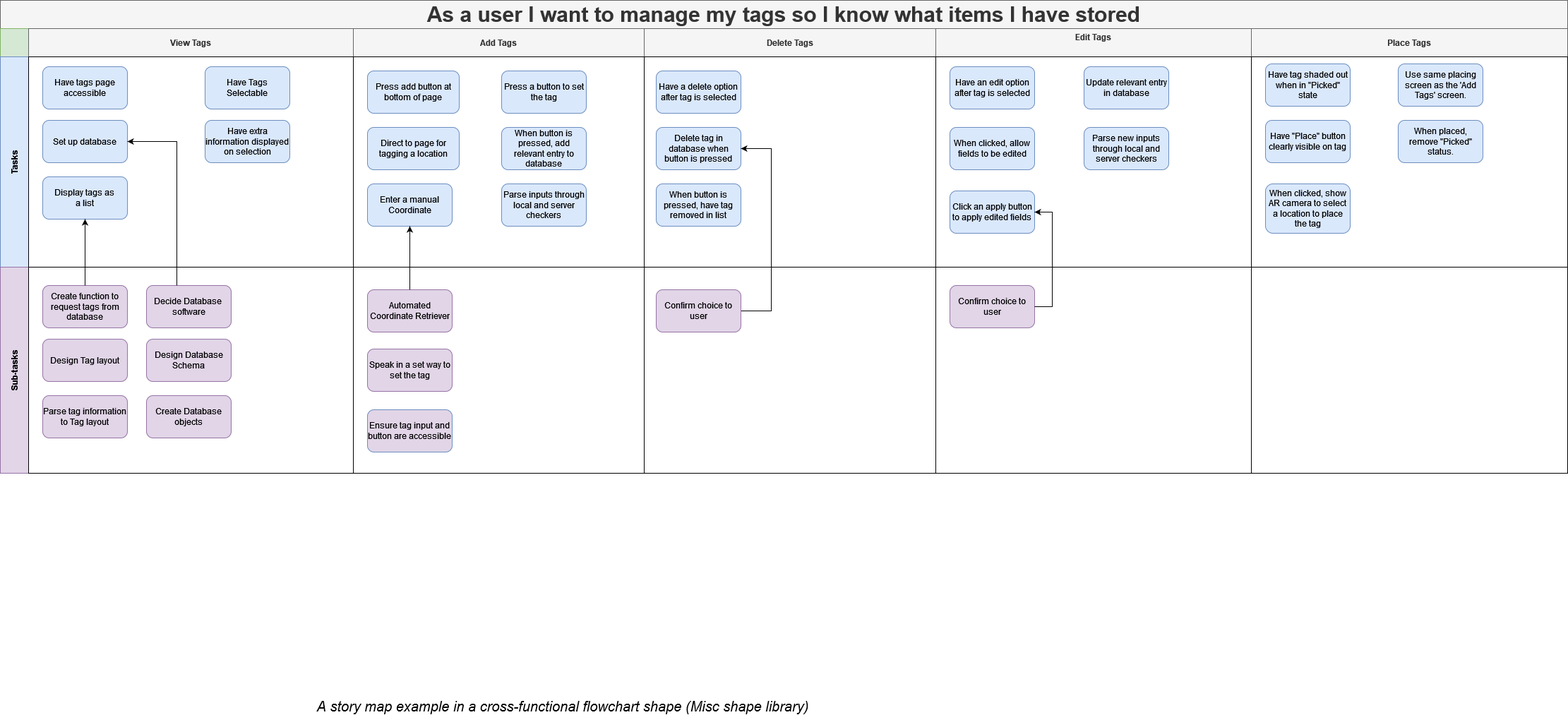
Above: Documentation/Project Diagrams/Story Maps/Manage Tag Theme.png in ickeyben123/AR (draw.io), before the change. Source tidied: cells renumbered, new cells last; positions are measured from the earlier drawing's top-left corner, leaving out a move shared by most shapes. Its diagram source:
```xml
<mxGraphModel>
  <root>
    <mxCell id="0" />
    <mxCell id="1" parent="0" />
    <mxCell id="2" value="As a user I want to manage my tags so I know what items I have stored" style="shape=table;rowLines=0;columnLines=0;startSize=40;html=1;whiteSpace=wrap;fontStyle=1;align=center;labelBackgroundColor=none;strokeWidth=1;fontSize=30;fillColor=#f5f5f5;strokeColor=#666666;fontColor=#333333;" parent="1" vertex="1">
      <mxGeometry width="2220" height="670" as="geometry" />
    </mxCell>
    <mxCell id="3" style="swimlane;horizontal=0;startSize=40;html=1;whiteSpace=wrap;fontStyle=1;fillColor=#d5e8d4;strokeColor=#82b366;" parent="2" vertex="1">
      <mxGeometry y="40" width="2220" height="40" as="geometry" />
    </mxCell>
    <mxCell id="4" value="&lt;div&gt;View Tags&lt;/div&gt;" style="swimlane;startSize=40;html=1;whiteSpace=wrap;fillColor=#f5f5f5;strokeColor=#666666;fontColor=#333333;" parent="3" vertex="1">
      <mxGeometry x="40" width="460" height="40" as="geometry" />
    </mxCell>
    <mxCell id="5" value="Add Tags" style="swimlane;startSize=40;html=1;whiteSpace=wrap;fillColor=#f5f5f5;strokeColor=#666666;fontColor=#333333;" parent="3" vertex="1">
      <mxGeometry x="500" width="412" height="40" as="geometry" />
    </mxCell>
    <mxCell id="6" value="Delete Tags" style="swimlane;startSize=40;html=1;whiteSpace=wrap;fillColor=#f5f5f5;strokeColor=#666666;fontColor=#333333;" parent="3" vertex="1">
      <mxGeometry x="912" width="413" height="40" as="geometry" />
    </mxCell>
    <mxCell id="7" value="&lt;div&gt;Edit Tags&lt;/div&gt;&lt;div&gt;&lt;br&gt;&lt;/div&gt;" style="swimlane;startSize=40;html=1;whiteSpace=wrap;fillColor=#f5f5f5;strokeColor=#666666;fontColor=#333333;" parent="3" vertex="1">
      <mxGeometry x="1325" width="447" height="40" as="geometry" />
    </mxCell>
    <mxCell id="8" value="Place Tags" style="swimlane;startSize=40;html=1;whiteSpace=wrap;fillColor=#f5f5f5;strokeColor=#666666;fontColor=#333333;" parent="3" vertex="1">
      <mxGeometry x="1772" width="448" height="40" as="geometry" />
    </mxCell>
    <mxCell id="9" value="Tasks" style="swimlane;horizontal=0;startSize=40;html=1;whiteSpace=wrap;fillColor=#dae8fc;strokeColor=#6c8ebf;" parent="2" vertex="1">
      <mxGeometry y="80" width="2220" height="298" as="geometry" />
    </mxCell>
    <mxCell id="10" style="swimlane;startSize=0;html=1;whiteSpace=wrap;" parent="9" vertex="1">
      <mxGeometry x="40" width="460" height="298" as="geometry" />
    </mxCell>
    <mxCell id="11" value="Have tags page accessible" style="rounded=1;whiteSpace=wrap;html=1;strokeWidth=1;fillColor=#dae8fc;strokeColor=#6c8ebf;" parent="10" vertex="1">
      <mxGeometry x="20" y="14" width="120" height="60" as="geometry" />
    </mxCell>
    <mxCell id="12" value="&lt;div&gt;Display tags as &lt;br&gt;&lt;/div&gt;&lt;div&gt;a list&lt;/div&gt;" style="rounded=1;whiteSpace=wrap;html=1;strokeWidth=1;fillColor=#dae8fc;strokeColor=#6c8ebf;" parent="10" vertex="1">
      <mxGeometry x="20" y="170" width="120" height="60" as="geometry" />
    </mxCell>
    <mxCell id="13" value="Set up database" style="rounded=1;whiteSpace=wrap;html=1;strokeWidth=1;fillColor=#dae8fc;strokeColor=#6c8ebf;" parent="10" vertex="1">
      <mxGeometry x="20" y="90" width="120" height="60" as="geometry" />
    </mxCell>
    <mxCell id="14" value="Have Tags Selectable" style="rounded=1;whiteSpace=wrap;html=1;strokeWidth=1;fillColor=#dae8fc;strokeColor=#6c8ebf;" parent="10" vertex="1">
      <mxGeometry x="250" y="14" width="120" height="60" as="geometry" />
    </mxCell>
    <mxCell id="15" value="Have extra information displayed on selection" style="rounded=1;whiteSpace=wrap;html=1;strokeWidth=1;fillColor=#dae8fc;strokeColor=#6c8ebf;" parent="10" vertex="1">
      <mxGeometry x="250" y="90" width="120" height="60" as="geometry" />
    </mxCell>
    <mxCell id="16" style="swimlane;startSize=0;html=1;whiteSpace=wrap;" parent="9" vertex="1">
      <mxGeometry x="500" width="412" height="298" as="geometry" />
    </mxCell>
    <mxCell id="17" value="Direct to page for tagging a location" style="rounded=1;whiteSpace=wrap;html=1;strokeWidth=1;fillColor=#dae8fc;strokeColor=#6c8ebf;" parent="16" vertex="1">
      <mxGeometry x="20" y="100" width="130" height="60" as="geometry" />
    </mxCell>
    <mxCell id="18" value="Parse inputs through local and server checkers" style="rounded=1;whiteSpace=wrap;html=1;strokeWidth=1;fillColor=#dae8fc;strokeColor=#6c8ebf;" parent="16" vertex="1">
      <mxGeometry x="210" y="180" width="120" height="60" as="geometry" />
    </mxCell>
    <mxCell id="19" value="When button is pressed, add relevant entry to database" style="rounded=1;whiteSpace=wrap;html=1;strokeWidth=1;fillColor=#dae8fc;strokeColor=#6c8ebf;" parent="16" vertex="1">
      <mxGeometry x="210" y="100" width="120" height="60" as="geometry" />
    </mxCell>
    <mxCell id="20" value="Press add button at bottom of page" style="rounded=1;whiteSpace=wrap;html=1;strokeWidth=1;fillColor=#dae8fc;strokeColor=#6c8ebf;" parent="16" vertex="1">
      <mxGeometry x="20" y="20" width="130" height="60" as="geometry" />
    </mxCell>
    <mxCell id="21" value="Enter a manual Coordinate" style="rounded=1;whiteSpace=wrap;html=1;strokeWidth=1;fillColor=#dae8fc;strokeColor=#6c8ebf;" parent="16" vertex="1">
      <mxGeometry x="20" y="180" width="120" height="60" as="geometry" />
    </mxCell>
    <mxCell id="22" value="Press a button to set the tag" style="rounded=1;whiteSpace=wrap;html=1;strokeWidth=1;fillColor=#dae8fc;strokeColor=#6c8ebf;" parent="16" vertex="1">
      <mxGeometry x="210" y="20" width="120" height="60" as="geometry" />
    </mxCell>
    <mxCell id="23" style="swimlane;startSize=0;html=1;whiteSpace=wrap;" parent="9" vertex="1">
      <mxGeometry x="912" width="413" height="298" as="geometry" />
    </mxCell>
    <mxCell id="24" value="Have a delete option after tag is selected" style="rounded=1;whiteSpace=wrap;html=1;strokeWidth=1;fillColor=#dae8fc;strokeColor=#6c8ebf;" parent="23" vertex="1">
      <mxGeometry x="17" y="20" width="120" height="60" as="geometry" />
    </mxCell>
    <mxCell id="25" value="Delete tag in database when button is pressed" style="rounded=1;whiteSpace=wrap;html=1;strokeWidth=1;fillColor=#dae8fc;strokeColor=#6c8ebf;" parent="23" vertex="1">
      <mxGeometry x="17" y="100" width="120" height="60" as="geometry" />
    </mxCell>
    <mxCell id="26" value="When button is pressed, have tag removed in list" style="rounded=1;whiteSpace=wrap;html=1;strokeWidth=1;fillColor=#dae8fc;strokeColor=#6c8ebf;" parent="23" vertex="1">
      <mxGeometry x="17" y="180" width="120" height="60" as="geometry" />
    </mxCell>
    <mxCell id="27" style="edgeStyle=orthogonalEdgeStyle;rounded=0;jettySize=auto;html=1;entryX=1;entryY=0.5;entryDx=0;entryDy=0;" parent="23" edge="1" source="28" target="25">
      <mxGeometry relative="1" as="geometry">
        <Array as="points">
          <mxPoint x="180" y="360" />
          <mxPoint x="180" y="130" />
        </Array>
      </mxGeometry>
    </mxCell>
    <mxCell id="28" value="Confirm choice to user" style="rounded=1;whiteSpace=wrap;html=1;strokeWidth=1;fillColor=#e1d5e7;strokeColor=#9673a6;" parent="23" vertex="1">
      <mxGeometry x="17" y="330" width="120" height="60" as="geometry" />
    </mxCell>
    <mxCell id="29" style="swimlane;startSize=0;html=1;whiteSpace=wrap;" parent="9" vertex="1">
      <mxGeometry x="1325" width="447" height="298" as="geometry" />
    </mxCell>
    <mxCell id="30" value="Have an edit option after tag is selected" style="rounded=1;whiteSpace=wrap;html=1;strokeWidth=1;fillColor=#dae8fc;strokeColor=#6c8ebf;" parent="29" vertex="1">
      <mxGeometry x="20" y="14" width="120" height="60" as="geometry" />
    </mxCell>
    <mxCell id="31" value="When clicked, allow fields to be edited" style="rounded=1;whiteSpace=wrap;html=1;strokeWidth=1;fillColor=#dae8fc;strokeColor=#6c8ebf;" parent="29" vertex="1">
      <mxGeometry x="20" y="100" width="120" height="60" as="geometry" />
    </mxCell>
    <mxCell id="32" value="Parse new inputs through local and server checkers" style="rounded=1;whiteSpace=wrap;html=1;strokeWidth=1;fillColor=#dae8fc;strokeColor=#6c8ebf;" parent="29" vertex="1">
      <mxGeometry x="210" y="100" width="120" height="60" as="geometry" />
    </mxCell>
    <mxCell id="33" value="Update relevant entry in database" style="rounded=1;whiteSpace=wrap;html=1;strokeWidth=1;fillColor=#dae8fc;strokeColor=#6c8ebf;" parent="29" vertex="1">
      <mxGeometry x="210" y="14" width="120" height="60" as="geometry" />
    </mxCell>
    <mxCell id="34" value="Click an apply button to apply edited fields" style="rounded=1;whiteSpace=wrap;html=1;strokeWidth=1;fillColor=#dae8fc;strokeColor=#6c8ebf;" parent="29" vertex="1">
      <mxGeometry x="20" y="190" width="120" height="60" as="geometry" />
    </mxCell>
    <mxCell id="35" style="swimlane;startSize=0;html=1;whiteSpace=wrap;" parent="9" vertex="1">
      <mxGeometry x="1772" width="448" height="298" as="geometry" />
    </mxCell>
    <mxCell id="36" value="Have tag shaded out when in &quot;Picked&quot; state" style="rounded=1;whiteSpace=wrap;html=1;strokeWidth=1;fillColor=#dae8fc;strokeColor=#6c8ebf;" parent="35" vertex="1">
      <mxGeometry x="20" y="10" width="120" height="60" as="geometry" />
    </mxCell>
    <mxCell id="37" value="Have &quot;Place&quot; button clearly visible on tag" style="rounded=1;whiteSpace=wrap;html=1;strokeWidth=1;fillColor=#dae8fc;strokeColor=#6c8ebf;" parent="35" vertex="1">
      <mxGeometry x="20" y="90" width="120" height="60" as="geometry" />
    </mxCell>
    <mxCell id="38" value="When clicked, show AR camera to select a location to place the tag" style="rounded=1;whiteSpace=wrap;html=1;strokeWidth=1;fillColor=#dae8fc;strokeColor=#6c8ebf;" parent="35" vertex="1">
      <mxGeometry x="20" y="180" width="120" height="70" as="geometry" />
    </mxCell>
    <mxCell id="39" value="Use same placing screen as the 'Add Tags' screen." style="rounded=1;whiteSpace=wrap;html=1;strokeWidth=1;fillColor=#dae8fc;strokeColor=#6c8ebf;" parent="35" vertex="1">
      <mxGeometry x="208" y="10" width="120" height="60" as="geometry" />
    </mxCell>
    <mxCell id="40" value="When placed, remove &quot;Picked&quot; status." style="rounded=1;whiteSpace=wrap;html=1;strokeWidth=1;fillColor=#dae8fc;strokeColor=#6c8ebf;" parent="35" vertex="1">
      <mxGeometry x="208" y="90" width="120" height="60" as="geometry" />
    </mxCell>
    <mxCell id="41" value="Sub-tasks" style="swimlane;horizontal=0;startSize=40;html=1;whiteSpace=wrap;fillColor=#e1d5e7;strokeColor=#9673a6;" parent="2" vertex="1">
      <mxGeometry y="378" width="2220" height="292" as="geometry" />
    </mxCell>
    <mxCell id="42" style="swimlane;startSize=0;html=1;whiteSpace=wrap;" parent="41" vertex="1">
      <mxGeometry x="40" width="460" height="292" as="geometry" />
    </mxCell>
    <mxCell id="43" value="Create function to request tags from database" style="rounded=1;whiteSpace=wrap;html=1;strokeWidth=1;fillColor=#e1d5e7;strokeColor=#9673a6;" parent="42" vertex="1">
      <mxGeometry x="20" y="26" width="120" height="60" as="geometry" />
    </mxCell>
    <mxCell id="44" value="Parse tag information to Tag layout" style="rounded=1;whiteSpace=wrap;html=1;strokeWidth=1;fillColor=#e1d5e7;strokeColor=#9673a6;" parent="42" vertex="1">
      <mxGeometry x="20" y="182" width="120" height="60" as="geometry" />
    </mxCell>
    <mxCell id="45" value="Design Tag layout" style="rounded=1;whiteSpace=wrap;html=1;strokeWidth=1;fillColor=#e1d5e7;strokeColor=#9673a6;" parent="42" vertex="1">
      <mxGeometry x="20" y="102" width="120" height="60" as="geometry" />
    </mxCell>
    <mxCell id="46" value="Design Database Schema" style="rounded=1;whiteSpace=wrap;html=1;strokeWidth=1;fillColor=#e1d5e7;strokeColor=#9673a6;" parent="42" vertex="1">
      <mxGeometry x="167" y="102" width="120" height="60" as="geometry" />
    </mxCell>
    <mxCell id="47" value="Decide Database&amp;nbsp; software" style="rounded=1;whiteSpace=wrap;html=1;strokeWidth=1;fillColor=#e1d5e7;strokeColor=#9673a6;" parent="42" vertex="1">
      <mxGeometry x="167" y="26" width="120" height="60" as="geometry" />
    </mxCell>
    <mxCell id="48" value="Create Database objects" style="rounded=1;whiteSpace=wrap;html=1;strokeWidth=1;fillColor=#e1d5e7;strokeColor=#9673a6;" parent="42" vertex="1">
      <mxGeometry x="167" y="182" width="120" height="60" as="geometry" />
    </mxCell>
    <mxCell id="49" style="swimlane;startSize=0;html=1;whiteSpace=wrap;" parent="41" vertex="1">
      <mxGeometry x="500" width="412" height="292" as="geometry" />
    </mxCell>
    <mxCell id="50" value="Automated Coordinate Retriever" style="rounded=1;whiteSpace=wrap;html=1;strokeWidth=1;fillColor=#e1d5e7;strokeColor=#9673a6;" parent="49" vertex="1">
      <mxGeometry x="20" y="32" width="120" height="60" as="geometry" />
    </mxCell>
    <mxCell id="51" value="Speak in a set way to set the tag" style="rounded=1;whiteSpace=wrap;html=1;strokeWidth=1;fillColor=#e1d5e7;strokeColor=#9673a6;" parent="49" vertex="1">
      <mxGeometry x="20" y="116" width="120" height="60" as="geometry" />
    </mxCell>
    <mxCell id="52" value="Ensure tag input and button are accessible" style="rounded=1;whiteSpace=wrap;html=1;strokeWidth=1;fillColor=#E1D5E7;strokeColor=#6c8ebf;" parent="49" vertex="1">
      <mxGeometry x="20" y="202" width="120" height="60" as="geometry" />
    </mxCell>
    <mxCell id="53" style="swimlane;startSize=0;html=1;whiteSpace=wrap;" parent="41" vertex="1">
      <mxGeometry x="912" width="413" height="292" as="geometry" />
    </mxCell>
    <mxCell id="54" style="swimlane;startSize=0;html=1;whiteSpace=wrap;" parent="41" vertex="1">
      <mxGeometry x="1325" width="447" height="292" as="geometry" />
    </mxCell>
    <mxCell id="55" value="Confirm choice to user" style="rounded=1;whiteSpace=wrap;html=1;strokeWidth=1;fillColor=#e1d5e7;strokeColor=#9673a6;" parent="54" vertex="1">
      <mxGeometry x="20" y="26" width="120" height="60" as="geometry" />
    </mxCell>
    <mxCell id="56" style="swimlane;startSize=0;html=1;whiteSpace=wrap;" parent="41" vertex="1">
      <mxGeometry x="1772" width="448" height="292" as="geometry" />
    </mxCell>
    <mxCell id="57" style="edgeStyle=orthogonalEdgeStyle;rounded=0;jettySize=auto;html=1;exitX=0.5;exitY=0;exitDx=0;exitDy=0;entryX=0.5;entryY=1;entryDx=0;entryDy=0;" parent="2" edge="1" source="43" target="12">
      <mxGeometry relative="1" as="geometry" />
    </mxCell>
    <mxCell id="58" style="edgeStyle=orthogonalEdgeStyle;rounded=0;jettySize=auto;html=1;entryX=1;entryY=0.5;entryDx=0;entryDy=0;" parent="2" edge="1" source="47" target="13">
      <mxGeometry relative="1" as="geometry">
        <Array as="points">
          <mxPoint x="250" y="200" />
        </Array>
      </mxGeometry>
    </mxCell>
    <mxCell id="59" style="edgeStyle=orthogonalEdgeStyle;rounded=0;jettySize=auto;html=1;entryX=1;entryY=0.5;entryDx=0;entryDy=0;" parent="2" edge="1" source="55" target="34">
      <mxGeometry relative="1" as="geometry">
        <Array as="points">
          <mxPoint x="1490" y="434" />
          <mxPoint x="1490" y="300" />
        </Array>
      </mxGeometry>
    </mxCell>
    <mxCell id="60" style="edgeStyle=orthogonalEdgeStyle;rounded=0;jettySize=auto;html=1;entryX=0.5;entryY=1;entryDx=0;entryDy=0;" parent="2" edge="1" source="50" target="21">
      <mxGeometry relative="1" as="geometry" />
    </mxCell>
    <mxCell id="61" value="A story map example in a cross-functional flowchart shape (Misc shape library)" style="text;html=1;strokeColor=none;fillColor=none;align=center;verticalAlign=middle;whiteSpace=wrap;rounded=0;fontSize=20;fontStyle=2;" parent="1" vertex="1">
      <mxGeometry x="282" y="990" width="1030" height="20" as="geometry" />
    </mxCell>
  </root>
</mxGraphModel>
```
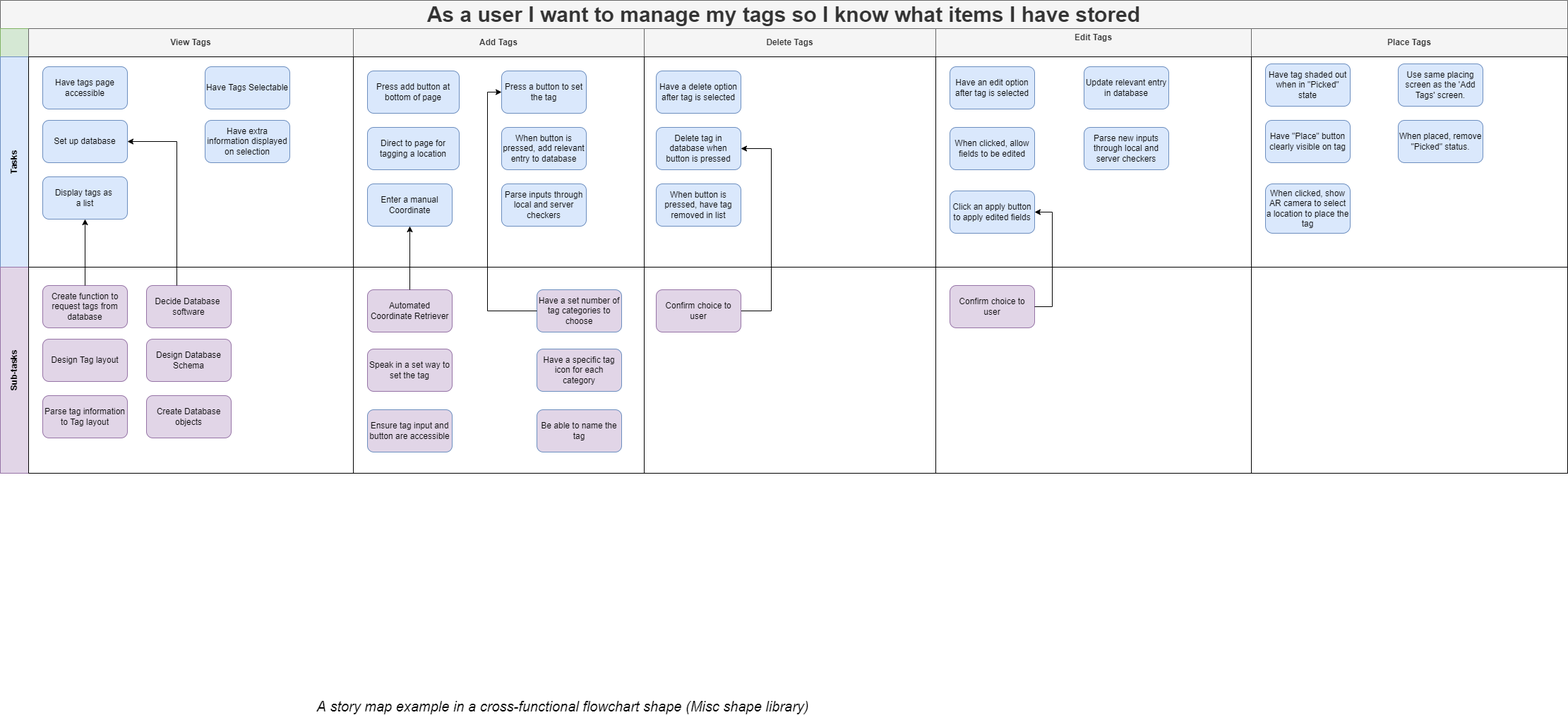
Above is the later version.

Commit message:
Update Story maps for AR Theme.

The edit, as a diff of the source:
```diff
@@ -160,6 +160,15 @@
     <mxCell id="52" value="Ensure tag input and button are accessible" style="rounded=1;whiteSpace=wrap;html=1;strokeWidth=1;fillColor=#E1D5E7;strokeColor=#6c8ebf;" parent="49" vertex="1">
       <mxGeometry x="20" y="202" width="120" height="60" as="geometry" />
     </mxCell>
+    <mxCell id="62" value="Have a set number of tag categories to choose" style="rounded=1;whiteSpace=wrap;html=1;strokeWidth=1;fillColor=#E1D5E7;strokeColor=#6c8ebf;" parent="49" vertex="1">
+      <mxGeometry x="260" y="32" width="120" height="60" as="geometry" />
+    </mxCell>
+    <mxCell id="63" value="Have a specific tag icon for each category" style="rounded=1;whiteSpace=wrap;html=1;strokeWidth=1;fillColor=#E1D5E7;strokeColor=#6c8ebf;" parent="49" vertex="1">
+      <mxGeometry x="260" y="116" width="120" height="60" as="geometry" />
+    </mxCell>
+    <mxCell id="64" value="Be able to name the tag" style="rounded=1;whiteSpace=wrap;html=1;strokeWidth=1;fillColor=#E1D5E7;strokeColor=#6c8ebf;" parent="49" vertex="1">
+      <mxGeometry x="260" y="202" width="120" height="60" as="geometry" />
+    </mxCell>
     <mxCell id="53" style="swimlane;startSize=0;html=1;whiteSpace=wrap;" parent="41" vertex="1">
       <mxGeometry x="912" width="413" height="292" as="geometry" />
     </mxCell>
@@ -193,6 +202,14 @@
     <mxCell id="60" style="edgeStyle=orthogonalEdgeStyle;rounded=0;jettySize=auto;html=1;entryX=0.5;entryY=1;entryDx=0;entryDy=0;" parent="2" edge="1" source="50" target="21">
       <mxGeometry relative="1" as="geometry" />
     </mxCell>
+    <mxCell id="65" style="edgeStyle=orthogonalEdgeStyle;rounded=0;jettySize=auto;html=1;entryX=0;entryY=0.5;entryDx=0;entryDy=0;" parent="2" edge="1" source="62" target="22">
+      <mxGeometry relative="1" as="geometry">
+        <Array as="points">
+          <mxPoint x="690" y="440" />
+          <mxPoint x="690" y="130" />
+        </Array>
+      </mxGeometry>
+    </mxCell>
     <mxCell id="61" value="A story map example in a cross-functional flowchart shape (Misc shape library)" style="text;html=1;strokeColor=none;fillColor=none;align=center;verticalAlign=middle;whiteSpace=wrap;rounded=0;fontSize=20;fontStyle=2;" parent="1" vertex="1">
       <mxGeometry x="282" y="990" width="1030" height="20" as="geometry" />
     </mxCell>
```
